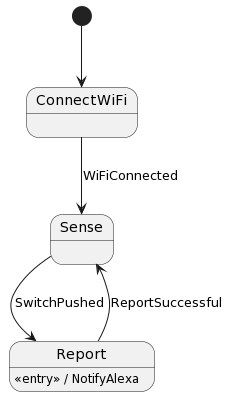
Earlier version of the PlantUML export src/esp-12e-alexa-door-bell/fsm.plantuml.png (tekkies/esp-12e-alexa-door-bell).
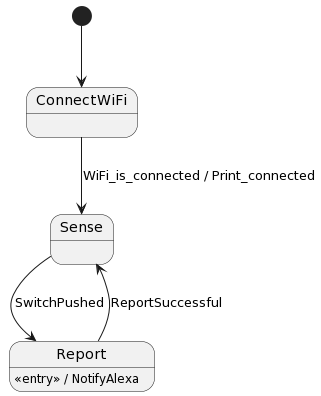
The same diagram one commit later.

Commit message:
Print "WiFi Connected"

Change to the diagram source:
```diff
@@ -1,7 +1,12 @@
 @startuml
 [*] --> ConnectWiFi
-ConnectWiFi --> Sense: WiFiConnected
+
+
+ConnectWiFi --> Sense: WiFi_is_connected / Print_connected
+
 Sense --> Report: SwitchPushed
+
 Report : <<entry>> / NotifyAlexa
+
 Report --> Sense : ReportSuccessful
 @enduml
```
